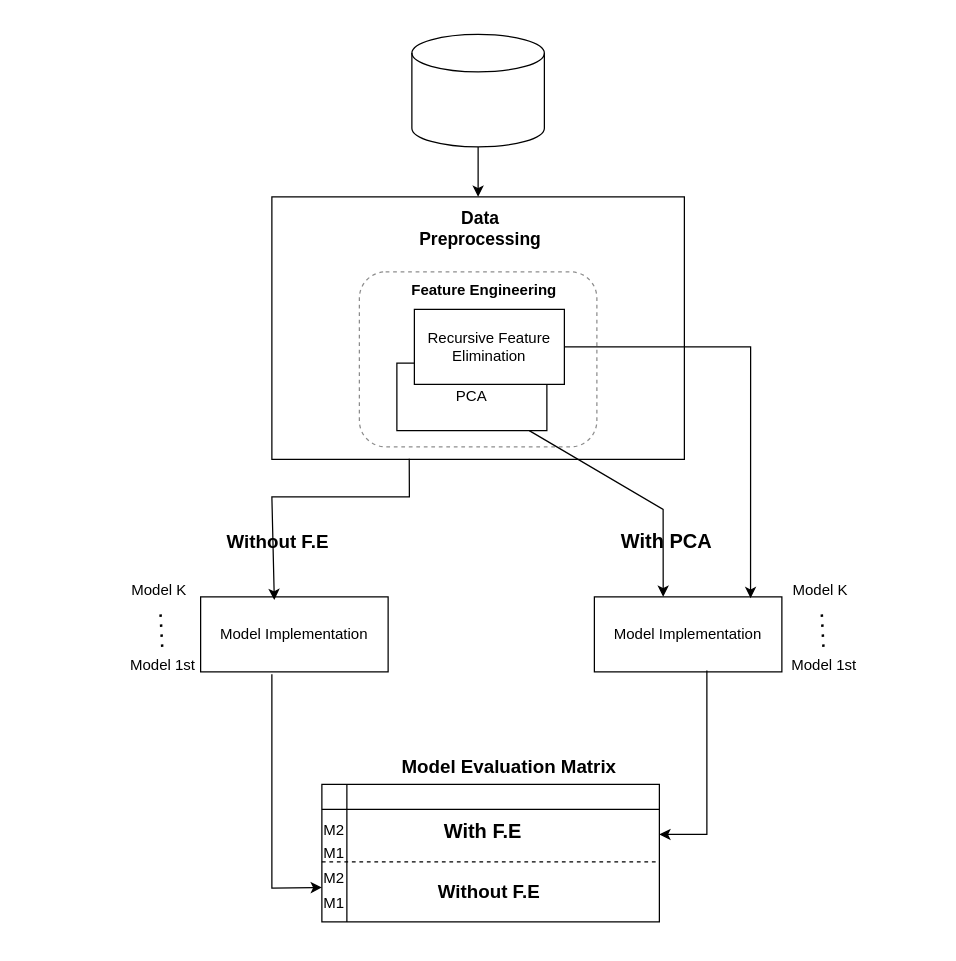
This is archi-ml-preprocess.drawio from jonamadk/DrawIO, a draw.io file, before an edit. Source tidied: cells renumbered, new cells numbered last; positions are measured from the earlier drawing's top-left corner, leaving out a move shared by most shapes. Both pictures are drawn from the tidied source at 125%, with x=0, y=0 at pixel (121, 34).
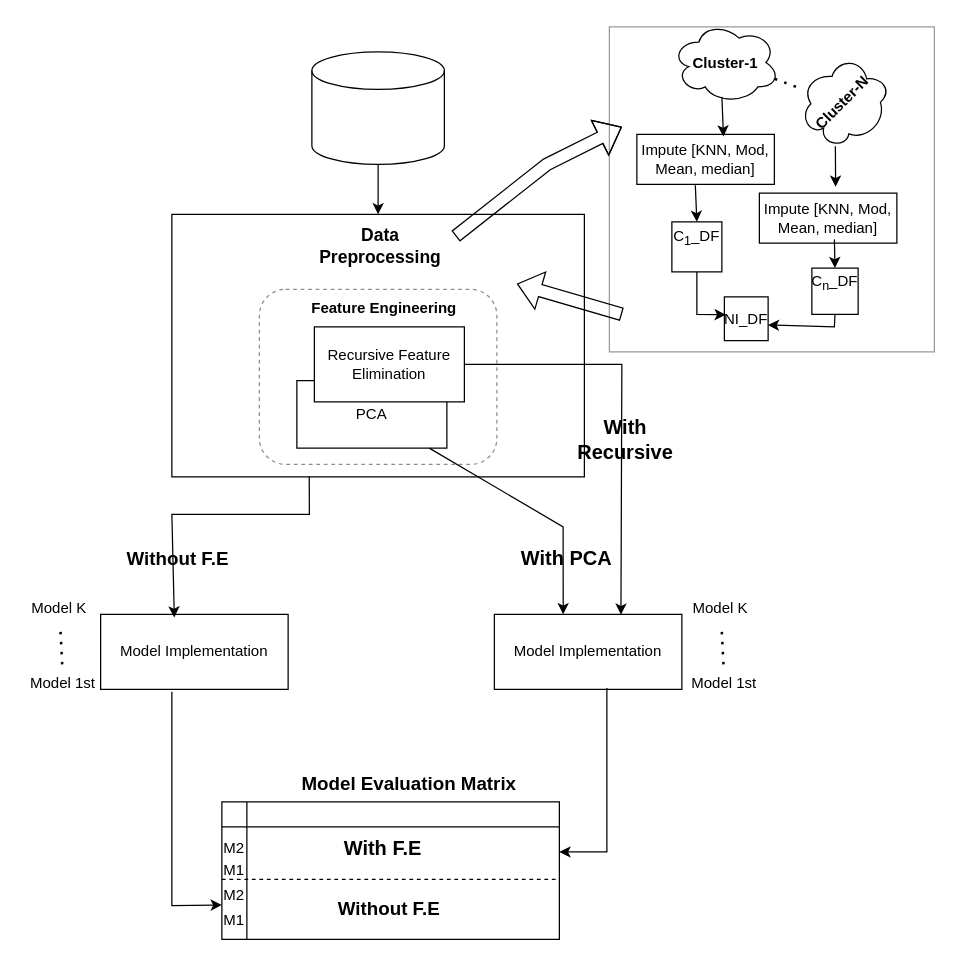
The same page after the edit.

Unchanged cells that the change refers to:
```xml
<mxCell id="8" value="PCA" style="rounded=0;whiteSpace=wrap;html=1;" parent="7" vertex="1">
  <mxGeometry y="43" width="120" height="54" as="geometry" />
</mxCell>
<mxCell id="9" value="Recursive Feature Elimination" style="rounded=0;whiteSpace=wrap;html=1;" parent="7" vertex="1">
  <mxGeometry x="14" width="120" height="60" as="geometry" />
</mxCell>
<mxCell id="25" style="shape=internalStorage;whiteSpace=wrap;html=1;backgroundOutline=1;" parent="24" vertex="1">
  <mxGeometry width="270" height="110" as="geometry" />
</mxCell>
```

Change to the diagram source:
```diff
@@
+    <mxCell id="39" style="group;" parent="1" vertex="1">
+      <mxGeometry x="-80" y="-10" width="730" height="734" as="geometry" />
+    </mxCell>
-    <mxCell id="2" style="rounded=0;whiteSpace=wrap;html=1;opacity=0;" parent="1" vertex="1">
-      <mxGeometry x="120" y="170" width="40" as="geometry" />
+    <mxCell id="2" style="rounded=0;whiteSpace=wrap;html=1;opacity=0;" parent="39" vertex="1">
+      <mxGeometry x="120" y="194" width="40" as="geometry" />
     </mxCell>
-    <mxCell id="3" style="rounded=0;whiteSpace=wrap;html=1;" parent="1" vertex="1">
-      <mxGeometry x="120" y="130" width="330" height="210" as="geometry" />
+    <mxCell id="3" style="rounded=0;whiteSpace=wrap;html=1;" parent="39" vertex="1">
+      <mxGeometry x="120" y="154" width="330" height="210" as="geometry" />
     </mxCell>
-    <mxCell id="4" style="shape=cylinder3;whiteSpace=wrap;html=1;boundedLbl=1;backgroundOutline=1;size=15;" parent="1" vertex="1">
-      <mxGeometry x="232" width="106" height="90" as="geometry" />
+    <mxCell id="4" style="shape=cylinder3;whiteSpace=wrap;html=1;boundedLbl=1;backgroundOutline=1;size=15;" parent="39" vertex="1">
+      <mxGeometry x="232" y="24" width="106" height="90" as="geometry" />
     </mxCell>
-    <mxCell id="5" value="&lt;font style=&quot;font-size: 14px;&quot;&gt;&lt;b&gt;Data Preprocessing&lt;/b&gt;&lt;/font&gt;" style="text;html=1;align=center;verticalAlign=middle;whiteSpace=wrap;rounded=0;strokeWidth=8;" parent="1" vertex="1">
-      <mxGeometry x="227" y="140" width="120" height="30" as="geometry" />
+    <mxCell id="5" value="&lt;font style=&quot;font-size: 14px;&quot;&gt;&lt;b&gt;Data Preprocessing&lt;/b&gt;&lt;/font&gt;" style="text;html=1;align=center;verticalAlign=middle;whiteSpace=wrap;rounded=0;strokeWidth=8;" parent="39" vertex="1">
+      <mxGeometry x="227" y="164" width="120" height="30" as="geometry" />
     </mxCell>
-    <mxCell id="6" style="rounded=1;whiteSpace=wrap;html=1;opacity=45;dashed=1;" parent="1" vertex="1">
-      <mxGeometry x="190" y="190" width="190" height="140" as="geometry" />
+    <mxCell id="6" style="rounded=1;whiteSpace=wrap;html=1;opacity=45;dashed=1;" parent="39" vertex="1">
+      <mxGeometry x="190" y="214" width="190" height="140" as="geometry" />
     </mxCell>
-    <mxCell id="7" style="group;" parent="1" vertex="1">
-      <mxGeometry x="220" y="220" width="134" height="97" as="geometry" />
+    <mxCell id="7" style="group;" parent="39" vertex="1">
+      <mxGeometry x="220" y="244" width="134" height="97" as="geometry" />
     </mxCell>
@@
-    <mxCell id="10" value="&lt;b&gt;Feature Engineering&lt;/b&gt;" style="text;html=1;align=center;verticalAlign=middle;whiteSpace=wrap;rounded=0;" parent="1" vertex="1">
-      <mxGeometry x="213" y="190" width="154" height="30" as="geometry" />
+    <mxCell id="10" value="&lt;b&gt;Feature Engineering&lt;/b&gt;" style="text;html=1;align=center;verticalAlign=middle;whiteSpace=wrap;rounded=0;" parent="39" vertex="1">
+      <mxGeometry x="213" y="214" width="154" height="30" as="geometry" />
     </mxCell>
-    <mxCell id="11" value="Model Implementation" style="rounded=0;whiteSpace=wrap;html=1;" parent="1" vertex="1">
-      <mxGeometry x="63" y="450" width="150" height="60" as="geometry" />
+    <mxCell id="11" value="Model Implementation" style="rounded=0;whiteSpace=wrap;html=1;" parent="39" vertex="1">
+      <mxGeometry x="63" y="474" width="150" height="60" as="geometry" />
     </mxCell>
-    <mxCell id="12" value="Model Implementation" style="rounded=0;whiteSpace=wrap;html=1;" parent="1" vertex="1">
-      <mxGeometry x="378" y="450" width="150" height="60" as="geometry" />
+    <mxCell id="12" value="Model Implementation" style="rounded=0;whiteSpace=wrap;html=1;" parent="39" vertex="1">
+      <mxGeometry x="378" y="474" width="150" height="60" as="geometry" />
     </mxCell>
-    <mxCell id="13" style="endArrow=classic;html=1;rounded=0;exitX=0.333;exitY=0.998;exitDx=0;exitDy=0;exitPerimeter=0;entryX=0.393;entryY=0.042;entryDx=0;entryDy=0;entryPerimeter=0;" parent="1" edge="1" source="3" target="11">
+    <mxCell id="13" style="endArrow=classic;html=1;rounded=0;exitX=0.333;exitY=0.998;exitDx=0;exitDy=0;exitPerimeter=0;entryX=0.393;entryY=0.042;entryDx=0;entryDy=0;entryPerimeter=0;" parent="39" edge="1" source="3" target="11">
       <mxGeometry relative="1" as="geometry">
         <Array as="points">
-          <mxPoint x="230" y="370" />
-          <mxPoint x="120" y="370" />
+          <mxPoint x="230" y="394" />
+          <mxPoint x="120" y="394" />
         </Array>
       </mxGeometry>
     </mxCell>
-    <mxCell id="14" value="&lt;font size=&quot;1&quot; style=&quot;&quot;&gt;&lt;b style=&quot;font-size: 15px;&quot;&gt;Without F.E&lt;/b&gt;&lt;/font&gt;" style="text;html=1;align=center;verticalAlign=middle;whiteSpace=wrap;rounded=0;" parent="1" vertex="1">
-      <mxGeometry x="50" y="390" width="150" height="30" as="geometry" />
+    <mxCell id="14" value="&lt;font size=&quot;1&quot; style=&quot;&quot;&gt;&lt;b style=&quot;font-size: 15px;&quot;&gt;Without F.E&lt;/b&gt;&lt;/font&gt;" style="text;html=1;align=center;verticalAlign=middle;whiteSpace=wrap;rounded=0;" parent="39" vertex="1">
+      <mxGeometry x="50" y="414" width="150" height="30" as="geometry" />
     </mxCell>
-    <mxCell id="15" value="&lt;b&gt;&lt;font style=&quot;font-size: 16px;&quot;&gt;With PCA&lt;/font&gt;&lt;/b&gt;" style="text;html=1;align=center;verticalAlign=middle;whiteSpace=wrap;rounded=0;" parent="1" vertex="1">
-      <mxGeometry x="396" y="390" width="80" height="30" as="geometry" />
+    <mxCell id="15" value="&lt;b&gt;&lt;font style=&quot;font-size: 16px;&quot;&gt;With PCA&lt;/font&gt;&lt;/b&gt;" style="text;html=1;align=center;verticalAlign=middle;whiteSpace=wrap;rounded=0;" parent="39" vertex="1">
+      <mxGeometry x="396" y="414" width="80" height="30" as="geometry" />
     </mxCell>
-    <mxCell id="16" style="group;" parent="1" vertex="1">
-      <mxGeometry y="430" width="63" height="90" as="geometry" />
+    <mxCell id="16" style="group;" parent="39" vertex="1">
+      <mxGeometry y="454" width="63" height="90" as="geometry" />
     </mxCell>
@@
-    <mxCell id="20" style="group;" parent="1" vertex="1">
-      <mxGeometry x="529" y="430" width="63" height="90" as="geometry" />
+    <mxCell id="20" style="group;" parent="39" vertex="1">
+      <mxGeometry x="529" y="454" width="63" height="90" as="geometry" />
     </mxCell>
@@
-    <mxCell id="24" style="group;" parent="1" vertex="1">
-      <mxGeometry x="160" y="600" width="270" height="110" as="geometry" />
+    <mxCell id="24" style="group;" parent="39" vertex="1">
+      <mxGeometry x="160" y="624" width="270" height="110" as="geometry" />
     </mxCell>
@@
-    <mxCell id="33" style="endArrow=classic;html=1;rounded=0;exitX=0.38;exitY=1.033;exitDx=0;exitDy=0;exitPerimeter=0;entryX=0;entryY=0.75;entryDx=0;entryDy=0;" parent="1" edge="1" source="11" target="25">
+    <mxCell id="33" style="endArrow=classic;html=1;rounded=0;exitX=0.38;exitY=1.033;exitDx=0;exitDy=0;exitPerimeter=0;entryX=0;entryY=0.75;entryDx=0;entryDy=0;" parent="39" edge="1" source="11" target="25">
       <mxGeometry relative="1" as="geometry">
         <Array as="points">
-          <mxPoint x="120" y="683" />
+          <mxPoint x="120" y="707" />
         </Array>
       </mxGeometry>
     </mxCell>
-    <mxCell id="34" style="endArrow=classic;html=1;rounded=0;exitX=0.6;exitY=0.983;exitDx=0;exitDy=0;exitPerimeter=0;entryX=1;entryY=0.364;entryDx=0;entryDy=0;entryPerimeter=0;" parent="1" edge="1" source="12" target="25">
+    <mxCell id="34" style="endArrow=classic;html=1;rounded=0;exitX=0.6;exitY=0.983;exitDx=0;exitDy=0;exitPerimeter=0;entryX=1;entryY=0.364;entryDx=0;entryDy=0;entryPerimeter=0;" parent="39" edge="1" source="12" target="25">
       <mxGeometry relative="1" as="geometry">
         <Array as="points">
-          <mxPoint x="468" y="640" />
+          <mxPoint x="468" y="664" />
         </Array>
       </mxGeometry>
     </mxCell>
-    <mxCell id="35" value="&lt;b&gt;&lt;font style=&quot;font-size: 15px;&quot;&gt;Model Evaluation Matrix&lt;/font&gt;&lt;/b&gt;" style="text;html=1;align=center;verticalAlign=middle;whiteSpace=wrap;rounded=0;" parent="1" vertex="1">
-      <mxGeometry x="220" y="570" width="180" height="30" as="geometry" />
+    <mxCell id="35" value="&lt;b&gt;&lt;font style=&quot;font-size: 15px;&quot;&gt;Model Evaluation Matrix&lt;/font&gt;&lt;/b&gt;" style="text;html=1;align=center;verticalAlign=middle;whiteSpace=wrap;rounded=0;" parent="39" vertex="1">
+      <mxGeometry x="220" y="594" width="180" height="30" as="geometry" />
     </mxCell>
-    <mxCell id="36" style="endArrow=classic;html=1;rounded=0;exitX=0.5;exitY=1;exitDx=0;exitDy=0;exitPerimeter=0;entryX=0.5;entryY=0;entryDx=0;entryDy=0;" parent="1" edge="1" source="4" target="3">
+    <mxCell id="36" style="endArrow=classic;html=1;rounded=0;exitX=0.5;exitY=1;exitDx=0;exitDy=0;exitPerimeter=0;entryX=0.5;entryY=0;entryDx=0;entryDy=0;" parent="39" edge="1" source="4" target="3">
       <mxGeometry relative="1" as="geometry" />
     </mxCell>
-    <mxCell id="37" style="endArrow=classic;html=1;rounded=0;entryX=0.367;entryY=0;entryDx=0;entryDy=0;entryPerimeter=0;" parent="1" edge="1" source="8" target="12">
+    <mxCell id="37" style="endArrow=classic;html=1;rounded=0;entryX=0.367;entryY=0;entryDx=0;entryDy=0;entryPerimeter=0;" parent="39" edge="1" source="8" target="12">
       <mxGeometry relative="1" as="geometry">
         <Array as="points">
-          <mxPoint x="433" y="380" />
+          <mxPoint x="433" y="404" />
         </Array>
       </mxGeometry>
     </mxCell>
-    <mxCell id="38" style="endArrow=classic;html=1;rounded=0;exitX=1;exitY=0.5;exitDx=0;exitDy=0;entryX=0.833;entryY=0.017;entryDx=0;entryDy=0;entryPerimeter=0;" parent="1" edge="1" source="9" target="12">
+    <mxCell id="38" style="endArrow=classic;html=1;rounded=0;exitX=1;exitY=0.5;exitDx=0;exitDy=0;entryX=0.675;entryY=0.004;entryDx=0;entryDy=0;entryPerimeter=0;" parent="39" edge="1" source="9" target="12">
       <mxGeometry relative="1" as="geometry">
         <Array as="points">
-          <mxPoint x="503" y="250" />
+          <mxPoint x="480" y="274" />
         </Array>
       </mxGeometry>
     </mxCell>
+    <mxCell id="40" value="&lt;b&gt;&lt;font style=&quot;font-size: 16px;&quot;&gt;With Recursive&lt;/font&gt;&lt;/b&gt;" style="text;html=1;align=center;verticalAlign=middle;whiteSpace=wrap;rounded=0;" parent="39" vertex="1">
+      <mxGeometry x="443" y="319" width="80" height="30" as="geometry" />
+    </mxCell>
+    <mxCell id="41" style="whiteSpace=wrap;html=1;opacity=40;strokeWidth=1;" parent="39" vertex="1">
+      <mxGeometry x="470" y="4" width="260" height="260" as="geometry" />
+    </mxCell>
+    <mxCell id="42" style="group;" parent="39" vertex="1">
+      <mxGeometry x="492" width="215.1" height="323" as="geometry" />
+    </mxCell>
+    <mxCell id="43" value="&lt;b&gt;Cluster-1&lt;/b&gt;" style="ellipse;shape=cloud;whiteSpace=wrap;html=1;" parent="42" vertex="1">
+      <mxGeometry x="28" width="86" height="65" as="geometry" />
+    </mxCell>
+    <mxCell id="44" value="&lt;b&gt;Cluster-N&lt;/b&gt;" style="ellipse;shape=cloud;whiteSpace=wrap;html=1;rotation=-45;" parent="42" vertex="1">
+      <mxGeometry x="128" y="30" width="73" height="70" as="geometry" />
+    </mxCell>
+    <mxCell id="45" value="Impute [KNN, Mod, Mean, median]" style="rounded=0;whiteSpace=wrap;html=1;" parent="42" vertex="1">
+      <mxGeometry y="90" width="110" height="40" as="geometry" />
+    </mxCell>
+    <mxCell id="46" value="Impute [KNN, Mod, Mean, median]" style="rounded=0;whiteSpace=wrap;html=1;" parent="42" vertex="1">
+      <mxGeometry x="98" y="137" width="110" height="40" as="geometry" />
+    </mxCell>
+    <mxCell id="47" style="endArrow=none;dashed=1;html=1;dashPattern=1 3;strokeWidth=2;rounded=0;" parent="42" edge="1" source="43" target="44">
+      <mxGeometry relative="1" as="geometry" />
+    </mxCell>
+    <mxCell id="48" value="C&lt;sub&gt;1&lt;/sub&gt;_DF&lt;div&gt;&lt;br&gt;&lt;/div&gt;" style="whiteSpace=wrap;html=1;" parent="42" vertex="1">
+      <mxGeometry x="28" y="160" width="40" height="40" as="geometry" />
+    </mxCell>
+    <mxCell id="49" value="C&lt;sub&gt;n&lt;/sub&gt;_DF&lt;div&gt;&lt;br&gt;&lt;/div&gt;" style="whiteSpace=wrap;html=1;" parent="42" vertex="1">
+      <mxGeometry x="140" y="197" width="37" height="37" as="geometry" />
+    </mxCell>
+    <mxCell id="50" style="endArrow=classic;html=1;rounded=0;entryX=0.63;entryY=0.044;entryDx=0;entryDy=0;entryPerimeter=0;" parent="42" edge="1" target="45">
+      <mxGeometry relative="1" as="geometry">
+        <mxPoint x="68" y="60" as="sourcePoint" />
+      </mxGeometry>
+    </mxCell>
+    <mxCell id="51" style="endArrow=classic;html=1;rounded=0;exitX=0.13;exitY=0.77;exitDx=0;exitDy=0;exitPerimeter=0;" parent="42" edge="1">
+      <mxGeometry relative="1" as="geometry">
+        <mxPoint x="158.8" y="99.5" as="sourcePoint" />
+        <mxPoint x="159" y="132" as="targetPoint" />
+      </mxGeometry>
+    </mxCell>
+    <mxCell id="52" style="endArrow=classic;html=1;rounded=0;exitX=0.425;exitY=1.019;exitDx=0;exitDy=0;exitPerimeter=0;entryX=0.5;entryY=0;entryDx=0;entryDy=0;" parent="42" edge="1" source="45" target="48">
+      <mxGeometry relative="1" as="geometry" />
+    </mxCell>
+    <mxCell id="53" value="NI_DF" style="whiteSpace=wrap;html=1;" parent="42" vertex="1">
+      <mxGeometry x="70" y="220" width="35" height="35" as="geometry" />
+    </mxCell>
+    <mxCell id="54" style="endArrow=classic;html=1;rounded=0;exitX=0.5;exitY=1;exitDx=0;exitDy=0;entryX=0.032;entryY=0.41;entryDx=0;entryDy=0;entryPerimeter=0;" parent="42" edge="1" source="48" target="53">
+      <mxGeometry relative="1" as="geometry">
+        <Array as="points">
+          <mxPoint x="48" y="234" />
+        </Array>
+      </mxGeometry>
+    </mxCell>
+    <mxCell id="55" style="endArrow=classic;html=1;rounded=0;entryX=0.5;entryY=0;entryDx=0;entryDy=0;" parent="42" edge="1" target="49">
+      <mxGeometry relative="1" as="geometry">
+        <mxPoint x="158" y="174" as="sourcePoint" />
+      </mxGeometry>
+    </mxCell>
+    <mxCell id="56" style="endArrow=classic;html=1;rounded=0;entryX=0.995;entryY=0.643;entryDx=0;entryDy=0;exitX=0.5;exitY=1;exitDx=0;exitDy=0;entryPerimeter=0;" parent="42" edge="1" source="49" target="53">
+      <mxGeometry relative="1" as="geometry">
+        <Array as="points">
+          <mxPoint x="158" y="244" />
+        </Array>
+      </mxGeometry>
+    </mxCell>
+    <mxCell id="57" style="shape=flexArrow;endArrow=classic;html=1;rounded=0;" parent="39" edge="1">
+      <mxGeometry relative="1" as="geometry">
+        <mxPoint x="480" y="234" as="sourcePoint" />
+        <mxPoint x="396" y="209.5" as="targetPoint" />
+      </mxGeometry>
+    </mxCell>
+    <mxCell id="58" style="shape=flexArrow;endArrow=classic;html=1;rounded=0;exitX=1;exitY=0.25;exitDx=0;exitDy=0;" parent="39" edge="1" source="5">
+      <mxGeometry relative="1" as="geometry">
+        <mxPoint x="480" y="84" as="targetPoint" />
+        <Array as="points">
+          <mxPoint x="420" y="114" />
+        </Array>
+      </mxGeometry>
+    </mxCell>
```
